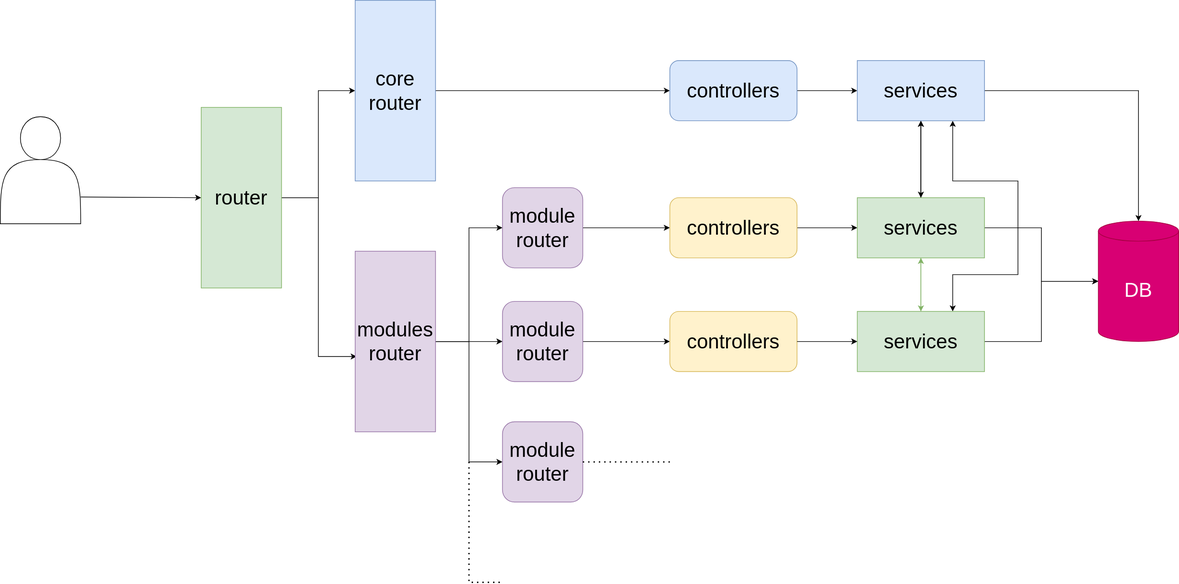
Earlier version of the draw.io export Diagram.drawio.svg (MrMiM-tfe/CorePlex). Source tidied: cells renumbered, new cells last; positions are measured from the earlier drawing's top-left corner, leaving out a move shared by most shapes. The source it was exported from:
```xml
<mxGraphModel>
  <root>
    <mxCell id="0" />
    <mxCell id="1" parent="0" />
    <mxCell id="2" style="edgeStyle=orthogonalEdgeStyle;rounded=0;jettySize=auto;html=1;entryX=0.019;entryY=0.583;entryDx=0;entryDy=0;entryPerimeter=0;" parent="1" edge="1" source="4" target="8">
      <mxGeometry relative="1" as="geometry" />
    </mxCell>
    <mxCell id="3" style="edgeStyle=orthogonalEdgeStyle;rounded=0;jettySize=auto;html=1;" parent="1" edge="1" source="4" target="10">
      <mxGeometry relative="1" as="geometry" />
    </mxCell>
    <mxCell id="4" value="&lt;font style=&quot;font-size: 30px;&quot;&gt;router&lt;/font&gt;" style="rounded=0;whiteSpace=wrap;html=1;fillColor=#d5e8d4;strokeColor=#82b366;" parent="1" vertex="1">
      <mxGeometry x="300" y="160" width="120" height="270" as="geometry" />
    </mxCell>
    <mxCell id="5" style="edgeStyle=orthogonalEdgeStyle;rounded=0;jettySize=auto;html=1;" parent="1" edge="1" source="8" target="12">
      <mxGeometry relative="1" as="geometry" />
    </mxCell>
    <mxCell id="6" style="edgeStyle=orthogonalEdgeStyle;rounded=0;jettySize=auto;html=1;" parent="1" edge="1" source="8" target="14">
      <mxGeometry relative="1" as="geometry" />
    </mxCell>
    <mxCell id="7" style="edgeStyle=orthogonalEdgeStyle;rounded=0;jettySize=auto;html=1;" parent="1" edge="1" source="8" target="15">
      <mxGeometry relative="1" as="geometry">
        <Array as="points">
          <mxPoint x="700" y="510" />
          <mxPoint x="700" y="690" />
        </Array>
      </mxGeometry>
    </mxCell>
    <mxCell id="8" value="&lt;font style=&quot;font-size: 30px;&quot;&gt;modules&lt;br&gt;router&lt;br&gt;&lt;/font&gt;" style="rounded=0;whiteSpace=wrap;html=1;fillColor=#e1d5e7;strokeColor=#9673a6;" parent="1" vertex="1">
      <mxGeometry x="530" y="375" width="120" height="270" as="geometry" />
    </mxCell>
    <mxCell id="9" style="edgeStyle=orthogonalEdgeStyle;rounded=0;jettySize=auto;html=1;" parent="1" edge="1" source="10" target="33">
      <mxGeometry relative="1" as="geometry" />
    </mxCell>
    <mxCell id="10" value="&lt;font style=&quot;font-size: 30px;&quot;&gt;core&lt;br&gt;router&lt;br&gt;&lt;/font&gt;" style="rounded=0;whiteSpace=wrap;html=1;fillColor=#dae8fc;strokeColor=#6c8ebf;" parent="1" vertex="1">
      <mxGeometry x="530" width="120" height="270" as="geometry" />
    </mxCell>
    <mxCell id="11" style="edgeStyle=orthogonalEdgeStyle;rounded=0;jettySize=auto;html=1;" parent="1" edge="1" source="12" target="18">
      <mxGeometry relative="1" as="geometry" />
    </mxCell>
    <mxCell id="12" value="&lt;font style=&quot;font-size: 30px;&quot;&gt;module&lt;br&gt;router&lt;br&gt;&lt;/font&gt;" style="rounded=1;whiteSpace=wrap;html=1;fillColor=#e1d5e7;strokeColor=#9673a6;" parent="1" vertex="1">
      <mxGeometry x="750" y="280" width="120" height="120" as="geometry" />
    </mxCell>
    <mxCell id="13" style="edgeStyle=orthogonalEdgeStyle;rounded=0;jettySize=auto;html=1;" parent="1" edge="1" source="14" target="25">
      <mxGeometry relative="1" as="geometry" />
    </mxCell>
    <mxCell id="14" value="&lt;font style=&quot;font-size: 30px;&quot;&gt;module&lt;br&gt;router&lt;br&gt;&lt;/font&gt;" style="rounded=1;whiteSpace=wrap;html=1;fillColor=#e1d5e7;strokeColor=#9673a6;" parent="1" vertex="1">
      <mxGeometry x="750" y="450" width="120" height="120" as="geometry" />
    </mxCell>
    <mxCell id="15" value="&lt;font style=&quot;font-size: 30px;&quot;&gt;module&lt;br&gt;router&lt;br&gt;&lt;/font&gt;" style="rounded=1;whiteSpace=wrap;html=1;fillColor=#e1d5e7;strokeColor=#9673a6;" parent="1" vertex="1">
      <mxGeometry x="750" y="630" width="120" height="120" as="geometry" />
    </mxCell>
    <mxCell id="16" style="endArrow=none;dashed=1;html=1;dashPattern=1 3;strokeWidth=2;rounded=0;" parent="1" edge="1">
      <mxGeometry relative="1" as="geometry">
        <mxPoint x="700" y="690" as="sourcePoint" />
        <mxPoint x="750" y="870" as="targetPoint" />
        <Array as="points">
          <mxPoint x="700" y="870" />
        </Array>
      </mxGeometry>
    </mxCell>
    <mxCell id="17" style="edgeStyle=orthogonalEdgeStyle;rounded=0;jettySize=auto;html=1;" parent="1" edge="1" source="18" target="24">
      <mxGeometry relative="1" as="geometry" />
    </mxCell>
    <mxCell id="18" value="&lt;font style=&quot;font-size: 30px;&quot;&gt;controllers&lt;br&gt;&lt;/font&gt;" style="rounded=1;whiteSpace=wrap;html=1;glass=0;fillColor=#fff2cc;strokeColor=#d6b656;" parent="1" vertex="1">
      <mxGeometry x="1000" y="295" width="190" height="90" as="geometry" />
    </mxCell>
    <mxCell id="19" style="endArrow=none;dashed=1;html=1;dashPattern=1 3;strokeWidth=2;rounded=0;exitX=1;exitY=0.5;exitDx=0;exitDy=0;" parent="1" edge="1" source="15">
      <mxGeometry relative="1" as="geometry">
        <mxPoint x="1000" y="690" as="targetPoint" />
      </mxGeometry>
    </mxCell>
    <mxCell id="20" style="edgeStyle=orthogonalEdgeStyle;rounded=0;jettySize=auto;html=1;" parent="1" edge="1" source="24" target="31">
      <mxGeometry relative="1" as="geometry" />
    </mxCell>
    <mxCell id="21" style="edgeStyle=orthogonalEdgeStyle;rounded=0;jettySize=auto;html=1;fillColor=#d5e8d4;strokeColor=#82b366;" parent="1" edge="1" source="24" target="29">
      <mxGeometry relative="1" as="geometry" />
    </mxCell>
    <mxCell id="22" style="edgeStyle=orthogonalEdgeStyle;rounded=0;jettySize=auto;html=1;" parent="1" edge="1" source="24" target="36">
      <mxGeometry relative="1" as="geometry" />
    </mxCell>
    <mxCell id="23" style="edgeStyle=orthogonalEdgeStyle;rounded=0;jettySize=auto;html=1;" parent="1" edge="1" source="24" target="36">
      <mxGeometry relative="1" as="geometry" />
    </mxCell>
    <mxCell id="24" value="&lt;font style=&quot;font-size: 30px;&quot;&gt;services&lt;br&gt;&lt;/font&gt;" style="rounded=0;whiteSpace=wrap;html=1;fillColor=#d5e8d4;strokeColor=#82b366;" parent="1" vertex="1">
      <mxGeometry x="1280" y="295" width="190" height="90" as="geometry" />
    </mxCell>
    <mxCell id="25" value="&lt;font style=&quot;font-size: 30px;&quot;&gt;controllers&lt;br&gt;&lt;/font&gt;" style="rounded=1;whiteSpace=wrap;html=1;glass=0;fillColor=#fff2cc;strokeColor=#d6b656;" parent="1" vertex="1">
      <mxGeometry x="1000" y="465" width="190" height="90" as="geometry" />
    </mxCell>
    <mxCell id="26" style="edgeStyle=orthogonalEdgeStyle;rounded=0;jettySize=auto;html=1;" parent="1" edge="1" source="29" target="31">
      <mxGeometry relative="1" as="geometry" />
    </mxCell>
    <mxCell id="27" style="edgeStyle=orthogonalEdgeStyle;rounded=0;jettySize=auto;html=1;fillColor=#d5e8d4;strokeColor=#82b366;" parent="1" edge="1" source="29" target="24">
      <mxGeometry relative="1" as="geometry" />
    </mxCell>
    <mxCell id="28" style="edgeStyle=orthogonalEdgeStyle;rounded=0;jettySize=auto;html=1;exitX=0.75;exitY=0;exitDx=0;exitDy=0;entryX=0.75;entryY=1;entryDx=0;entryDy=0;shadow=0;startArrow=classic;startFill=1;" parent="1" edge="1" source="29" target="36">
      <mxGeometry relative="1" as="geometry">
        <Array as="points">
          <mxPoint x="1422" y="410" />
          <mxPoint x="1520" y="410" />
          <mxPoint x="1520" y="270" />
          <mxPoint x="1423" y="270" />
        </Array>
      </mxGeometry>
    </mxCell>
    <mxCell id="29" value="&lt;font style=&quot;font-size: 30px;&quot;&gt;services&lt;br&gt;&lt;/font&gt;" style="rounded=0;whiteSpace=wrap;html=1;fillColor=#d5e8d4;strokeColor=#82b366;" parent="1" vertex="1">
      <mxGeometry x="1280" y="465" width="190" height="90" as="geometry" />
    </mxCell>
    <mxCell id="30" style="edgeStyle=orthogonalEdgeStyle;rounded=0;jettySize=auto;html=1;" parent="1" edge="1" source="25" target="29">
      <mxGeometry relative="1" as="geometry" />
    </mxCell>
    <mxCell id="31" value="&lt;font style=&quot;font-size: 30px;&quot;&gt;DB&lt;/font&gt;" style="shape=cylinder3;whiteSpace=wrap;html=1;boundedLbl=1;backgroundOutline=1;size=15;fillColor=#d80073;fontColor=#ffffff;strokeColor=#A50040;" parent="1" vertex="1">
      <mxGeometry x="1640" y="330" width="120" height="180" as="geometry" />
    </mxCell>
    <mxCell id="32" style="edgeStyle=orthogonalEdgeStyle;rounded=0;jettySize=auto;html=1;" parent="1" edge="1" source="33" target="36">
      <mxGeometry relative="1" as="geometry" />
    </mxCell>
    <mxCell id="33" value="&lt;font style=&quot;font-size: 30px;&quot;&gt;controllers&lt;br&gt;&lt;/font&gt;" style="rounded=1;whiteSpace=wrap;html=1;glass=0;fillColor=#dae8fc;strokeColor=#6c8ebf;" parent="1" vertex="1">
      <mxGeometry x="1000" y="90" width="190" height="90" as="geometry" />
    </mxCell>
    <mxCell id="34" style="edgeStyle=orthogonalEdgeStyle;rounded=0;jettySize=auto;html=1;" parent="1" edge="1" source="36" target="24">
      <mxGeometry relative="1" as="geometry" />
    </mxCell>
    <mxCell id="35" style="edgeStyle=orthogonalEdgeStyle;rounded=0;jettySize=auto;html=1;" parent="1" edge="1" source="36" target="31">
      <mxGeometry relative="1" as="geometry" />
    </mxCell>
    <mxCell id="36" value="&lt;font style=&quot;font-size: 30px;&quot;&gt;services&lt;br&gt;&lt;/font&gt;" style="rounded=0;whiteSpace=wrap;html=1;fillColor=#dae8fc;strokeColor=#6c8ebf;" parent="1" vertex="1">
      <mxGeometry x="1280" y="90" width="190" height="90" as="geometry" />
    </mxCell>
    <mxCell id="37" style="endArrow=classic;html=1;rounded=0;entryX=0;entryY=0.5;entryDx=0;entryDy=0;exitX=1;exitY=0.75;exitDx=0;exitDy=0;" parent="1" edge="1" source="38" target="4">
      <mxGeometry relative="1" as="geometry" />
    </mxCell>
    <mxCell id="38" style="shape=actor;whiteSpace=wrap;html=1;" parent="1" vertex="1">
      <mxGeometry y="174" width="120" height="160" as="geometry" />
    </mxCell>
  </root>
</mxGraphModel>
```
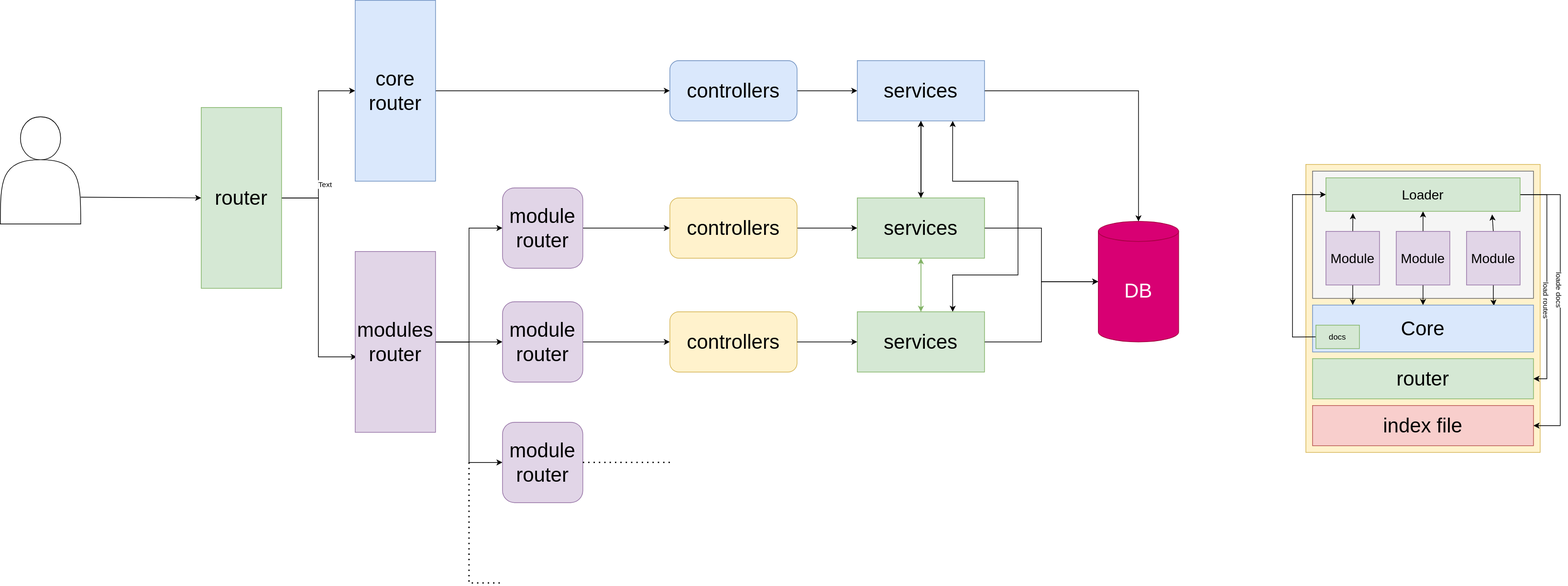
The same diagram one commit later.

What changed in the source:
```diff
@@ -2,12 +2,20 @@
   <root>
     <mxCell id="0" />
     <mxCell id="1" parent="0" />
+    <mxCell id="39" style="rounded=0;whiteSpace=wrap;html=1;fillColor=#fff2cc;strokeColor=#d6b656;" parent="1" vertex="1">
+      <mxGeometry x="1950" y="245" width="350" height="430" as="geometry" />
+    </mxCell>
     <mxCell id="2" style="edgeStyle=orthogonalEdgeStyle;rounded=0;jettySize=auto;html=1;entryX=0.019;entryY=0.583;entryDx=0;entryDy=0;entryPerimeter=0;" parent="1" edge="1" source="4" target="8">
       <mxGeometry relative="1" as="geometry" />
     </mxCell>
     <mxCell id="3" style="edgeStyle=orthogonalEdgeStyle;rounded=0;jettySize=auto;html=1;" parent="1" edge="1" source="4" target="10">
       <mxGeometry relative="1" as="geometry" />
     </mxCell>
+    <mxCell id="40" value="Text" style="edgeLabel;html=1;align=center;verticalAlign=middle;" parent="3" vertex="1">
+      <mxGeometry x="-0.44" y="-7" relative="1" as="geometry">
+        <mxPoint x="1" as="offset" />
+      </mxGeometry>
+    </mxCell>
     <mxCell id="4" value="&lt;font style=&quot;font-size: 30px;&quot;&gt;router&lt;/font&gt;" style="rounded=0;whiteSpace=wrap;html=1;fillColor=#d5e8d4;strokeColor=#82b366;" parent="1" vertex="1">
       <mxGeometry x="300" y="160" width="120" height="270" as="geometry" />
     </mxCell>
@@ -133,5 +141,77 @@
     <mxCell id="38" style="shape=actor;whiteSpace=wrap;html=1;" parent="1" vertex="1">
       <mxGeometry y="174" width="120" height="160" as="geometry" />
     </mxCell>
+    <mxCell id="41" style="rounded=0;whiteSpace=wrap;html=1;fillColor=#f5f5f5;fontColor=#333333;strokeColor=#666666;" parent="1" vertex="1">
+      <mxGeometry x="1960" y="255" width="330" height="190" as="geometry" />
+    </mxCell>
+    <mxCell id="42" style="edgeStyle=orthogonalEdgeStyle;rounded=0;jettySize=auto;html=1;exitX=0.5;exitY=0;exitDx=0;exitDy=0;entryX=0.139;entryY=1.057;entryDx=0;entryDy=0;entryPerimeter=0;" parent="1" edge="1" source="44" target="58">
+      <mxGeometry relative="1" as="geometry" />
+    </mxCell>
+    <mxCell id="43" style="edgeStyle=orthogonalEdgeStyle;rounded=0;jettySize=auto;html=1;exitX=0.5;exitY=1;exitDx=0;exitDy=0;entryX=0.182;entryY=0;entryDx=0;entryDy=0;entryPerimeter=0;" parent="1" edge="1" source="44" target="51">
+      <mxGeometry relative="1" as="geometry" />
+    </mxCell>
+    <mxCell id="44" value="Module" style="whiteSpace=wrap;html=1;fontSize=20;fillColor=#e1d5e7;strokeColor=#9673a6;" parent="1" vertex="1">
+      <mxGeometry x="1980" y="345" width="80" height="80" as="geometry" />
+    </mxCell>
+    <mxCell id="45" style="edgeStyle=orthogonalEdgeStyle;rounded=0;jettySize=auto;html=1;" parent="1" edge="1" source="47" target="58">
+      <mxGeometry relative="1" as="geometry" />
+    </mxCell>
+    <mxCell id="46" style="edgeStyle=orthogonalEdgeStyle;rounded=0;jettySize=auto;html=1;entryX=0.5;entryY=0;entryDx=0;entryDy=0;" parent="1" edge="1" source="47" target="51">
+      <mxGeometry relative="1" as="geometry" />
+    </mxCell>
+    <mxCell id="47" value="&lt;span style=&quot;font-family: Helvetica; font-size: 20px; font-style: normal; font-variant-ligatures: normal; font-variant-caps: normal; font-weight: 400; letter-spacing: normal; orphans: 2; text-align: center; text-indent: 0px; text-transform: none; widows: 2; word-spacing: 0px; -webkit-text-stroke-width: 0px; text-decoration-thickness: initial; text-decoration-style: initial; text-decoration-color: initial; float: none; display: inline !important;&quot;&gt;Module&lt;/span&gt;" style="whiteSpace=wrap;html=1;fontSize=20;fillColor=#e1d5e7;strokeColor=#9673a6;fontColor=default;labelBackgroundColor=none;" parent="1" vertex="1">
+      <mxGeometry x="2085" y="345" width="80" height="80" as="geometry" />
+    </mxCell>
+    <mxCell id="48" style="edgeStyle=orthogonalEdgeStyle;rounded=0;jettySize=auto;html=1;exitX=0.5;exitY=0;exitDx=0;exitDy=0;entryX=0.856;entryY=1.095;entryDx=0;entryDy=0;entryPerimeter=0;" parent="1" edge="1" source="50" target="58">
+      <mxGeometry relative="1" as="geometry" />
+    </mxCell>
+    <mxCell id="49" style="edgeStyle=orthogonalEdgeStyle;rounded=0;jettySize=auto;html=1;entryX=0.821;entryY=0.014;entryDx=0;entryDy=0;entryPerimeter=0;" parent="1" edge="1" source="50" target="51">
+      <mxGeometry relative="1" as="geometry" />
+    </mxCell>
+    <mxCell id="50" value="&lt;span style=&quot;color: rgb(0, 0, 0); font-family: Helvetica; font-size: 20px; font-style: normal; font-variant-ligatures: normal; font-variant-caps: normal; font-weight: 400; letter-spacing: normal; orphans: 2; text-align: center; text-indent: 0px; text-transform: none; widows: 2; word-spacing: 0px; -webkit-text-stroke-width: 0px; text-decoration-thickness: initial; text-decoration-style: initial; text-decoration-color: initial; float: none; display: inline !important;&quot;&gt;Module&lt;/span&gt;" style="whiteSpace=wrap;html=1;fontSize=20;fillColor=#e1d5e7;strokeColor=#9673a6;labelBackgroundColor=none;" parent="1" vertex="1">
+      <mxGeometry x="2190" y="345" width="80" height="80" as="geometry" />
+    </mxCell>
+    <mxCell id="51" value="&lt;font style=&quot;font-size: 30px;&quot;&gt;Core&lt;/font&gt;" style="rounded=0;whiteSpace=wrap;html=1;fillColor=#dae8fc;strokeColor=#6c8ebf;" parent="1" vertex="1">
+      <mxGeometry x="1960" y="455" width="330" height="70" as="geometry" />
+    </mxCell>
+    <mxCell id="52" value="&lt;font style=&quot;font-size: 30px;&quot;&gt;router&lt;/font&gt;" style="rounded=0;whiteSpace=wrap;html=1;fillColor=#d5e8d4;strokeColor=#82b366;" parent="1" vertex="1">
+      <mxGeometry x="1960" y="535" width="330" height="60" as="geometry" />
+    </mxCell>
+    <mxCell id="53" value="&lt;font style=&quot;font-size: 30px;&quot;&gt;index file&lt;/font&gt;" style="rounded=0;whiteSpace=wrap;html=1;fillColor=#f8cecc;strokeColor=#b85450;" parent="1" vertex="1">
+      <mxGeometry x="1960" y="605" width="330" height="60" as="geometry" />
+    </mxCell>
+    <mxCell id="54" style="edgeStyle=orthogonalEdgeStyle;rounded=0;jettySize=auto;html=1;exitX=1;exitY=0.5;exitDx=0;exitDy=0;entryX=1;entryY=0.5;entryDx=0;entryDy=0;" parent="1" edge="1" source="58" target="52">
+      <mxGeometry relative="1" as="geometry" />
+    </mxCell>
+    <mxCell id="55" value="load routes&lt;br&gt;" style="edgeLabel;html=1;align=center;verticalAlign=middle;rotation=90;" parent="54" vertex="1">
+      <mxGeometry x="0.17" relative="1" as="geometry" />
+    </mxCell>
+    <mxCell id="56" style="edgeStyle=orthogonalEdgeStyle;rounded=0;jettySize=auto;html=1;exitX=1;exitY=0.5;exitDx=0;exitDy=0;entryX=1;entryY=0.5;entryDx=0;entryDy=0;" parent="1" edge="1" source="58" target="53">
+      <mxGeometry relative="1" as="geometry">
+        <Array as="points">
+          <mxPoint x="2330" y="290" />
+          <mxPoint x="2330" y="635" />
+        </Array>
+      </mxGeometry>
+    </mxCell>
+    <mxCell id="57" value="loade docs" style="edgeLabel;html=1;align=center;verticalAlign=middle;rotation=90;" parent="56" vertex="1">
+      <mxGeometry x="-0.24" y="3" relative="1" as="geometry">
+        <mxPoint x="-3" y="31" as="offset" />
+      </mxGeometry>
+    </mxCell>
+    <mxCell id="58" value="&lt;font style=&quot;font-size: 20px;&quot;&gt;Loader&lt;/font&gt;" style="rounded=0;whiteSpace=wrap;html=1;fillColor=#d5e8d4;strokeColor=#82b366;" parent="1" vertex="1">
+      <mxGeometry x="1980" y="265" width="290" height="50" as="geometry" />
+    </mxCell>
+    <mxCell id="59" style="edgeStyle=orthogonalEdgeStyle;rounded=0;jettySize=auto;html=1;exitX=0;exitY=0.5;exitDx=0;exitDy=0;entryX=0;entryY=0.5;entryDx=0;entryDy=0;" parent="1" edge="1" source="60" target="58">
+      <mxGeometry relative="1" as="geometry">
+        <Array as="points">
+          <mxPoint x="1930" y="502" />
+          <mxPoint x="1930" y="290" />
+        </Array>
+      </mxGeometry>
+    </mxCell>
+    <mxCell id="60" value="docs" style="rounded=0;whiteSpace=wrap;html=1;fillColor=#d5e8d4;strokeColor=#82b366;" parent="1" vertex="1">
+      <mxGeometry x="1965" y="485" width="65" height="35" as="geometry" />
+    </mxCell>
   </root>
 </mxGraphModel>
```
